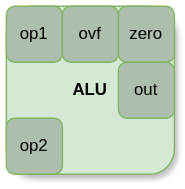
Earlier version of the draw.io export PathwaysInsideProcessor/PathwaysInsideProcessor/Assets/ALU.svg (karthik122004/Pathways). Source tidied: cells renumbered, new cells last; positions are measured from the earlier drawing's top-left corner, leaving out a move shared by most shapes.
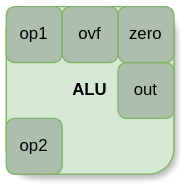
Above is the later version.

Diff of the diagram source:
```diff
@@ -2,25 +2,25 @@
   <root>
     <mxCell id="0" />
     <mxCell id="1" parent="0" />
-    <mxCell id="2" style="group;" parent="1" vertex="1">
-      <mxGeometry width="120" height="120" as="geometry" />
-    </mxCell>
+    <mxCell id="9" style="group;" parent="1" vertex="1">
+      <mxGeometry x="-490" y="700" width="120" height="120" as="geometry" />
+    </mxCell>
-    <mxCell id="3" value="&lt;b&gt;ALU&lt;/b&gt;" style="whiteSpace=wrap;html=1;rounded=1;shadow=1;fillColor=#d5e8d4;strokeColor=#82b366;" parent="2" vertex="1">
+    <mxCell id="3" value="&lt;b&gt;ALU&lt;/b&gt;" style="whiteSpace=wrap;html=1;rounded=1;shadow=1;fillColor=#d5e8d4;strokeColor=#82b366;" parent="9" vertex="1">
       <mxGeometry width="120" height="120" as="geometry" />
     </mxCell>
-    <mxCell id="4" value="op1" style="rounded=1;whiteSpace=wrap;html=1;glass=0;fillColor=#AEBEAD;strokeColor=#82b366;" parent="2" vertex="1">
+    <mxCell id="4" value="op1" style="rounded=1;whiteSpace=wrap;html=1;glass=0;fillColor=#AEBEAD;strokeColor=#82b366;" parent="9" vertex="1">
       <mxGeometry width="40" height="40" as="geometry" />
     </mxCell>
-    <mxCell id="5" value="op2" style="rounded=1;whiteSpace=wrap;html=1;fillColor=#AEBEAD;strokeColor=#82b366;" parent="2" vertex="1">
+    <mxCell id="5" value="op2" style="rounded=1;whiteSpace=wrap;html=1;fillColor=#AEBEAD;strokeColor=#82b366;" parent="9" vertex="1">
       <mxGeometry y="80" width="40" height="40" as="geometry" />
     </mxCell>
-    <mxCell id="6" value="out" style="rounded=1;whiteSpace=wrap;html=1;fillColor=#AEBEAD;strokeColor=#82b366;" parent="2" vertex="1">
+    <mxCell id="6" value="out" style="rounded=1;whiteSpace=wrap;html=1;fillColor=#AEBEAD;strokeColor=#82b366;" parent="9" vertex="1">
       <mxGeometry x="80" y="40" width="40" height="40" as="geometry" />
     </mxCell>
-    <mxCell id="7" value="zero" style="rounded=1;whiteSpace=wrap;html=1;fillColor=#AEBEAD;strokeColor=#82b366;" parent="2" vertex="1">
+    <mxCell id="7" value="zero" style="rounded=1;whiteSpace=wrap;html=1;fillColor=#AEBEAD;strokeColor=#82b366;" parent="9" vertex="1">
       <mxGeometry x="80" width="40" height="40" as="geometry" />
     </mxCell>
-    <mxCell id="8" value="ovf" style="rounded=1;whiteSpace=wrap;html=1;fillColor=#AEBEAD;strokeColor=#82b366;" parent="2" vertex="1">
+    <mxCell id="8" value="ovf" style="rounded=1;whiteSpace=wrap;html=1;fillColor=#AEBEAD;strokeColor=#82b366;" parent="9" vertex="1">
       <mxGeometry x="40" width="40" height="40" as="geometry" />
     </mxCell>
   </root>
```
